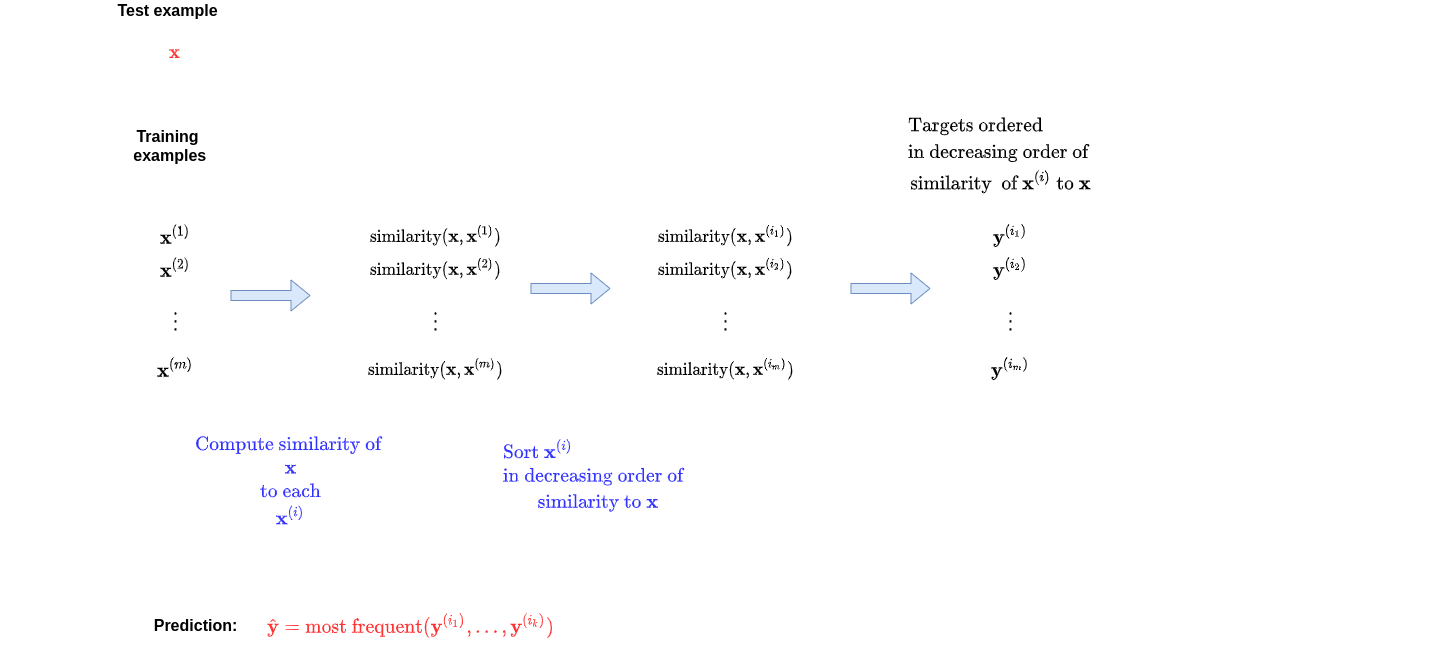
This is images/KNN_algo.png from nyutandononline/MachineLearning_and_Finance_Teacher, a draw.io export, as it was before one commit. Source tidied: cells renumbered, new cells last; positions are measured from the earlier drawing's top-left corner, leaving out a move shared by most shapes. Its diagram source:
```xml
<mxGraphModel math="1">
  <root>
    <mxCell id="0" />
    <mxCell id="1" parent="0" />
    <mxCell id="2" value="&lt;font style=&quot;font-size: 16px&quot;&gt;$$\mathbf{x}^{(1)}$$&lt;/font&gt;" style="text;html=1;align=center;verticalAlign=middle;" parent="1" vertex="1">
      <mxGeometry x="95" y="225" width="160" height="20" as="geometry" />
    </mxCell>
    <mxCell id="3" value="&lt;font style=&quot;font-size: 16px&quot;&gt;$$\mathbf{x}^{(2)}$$&lt;/font&gt;" style="text;html=1;align=center;verticalAlign=middle;" parent="1" vertex="1">
      <mxGeometry x="95" y="258" width="160" height="20" as="geometry" />
    </mxCell>
    <mxCell id="4" value="&lt;font style=&quot;font-size: 16px&quot;&gt;$$\mathbf{x}^{(m)}$$&lt;/font&gt;" style="text;html=1;align=center;verticalAlign=middle;" parent="1" vertex="1">
      <mxGeometry x="90" y="358" width="170" height="20" as="geometry" />
    </mxCell>
    <mxCell id="5" value="&lt;font style=&quot;font-size: 16px&quot;&gt;$$\vdots$$&lt;/font&gt;" style="text;html=1;align=center;verticalAlign=middle;" parent="1" vertex="1">
      <mxGeometry x="130" y="308" width="90" height="20" as="geometry" />
    </mxCell>
    <mxCell id="6" value="&lt;font style=&quot;font-size: 14px&quot;&gt;$$\text{similarity}(\mathbf{x},\mathbf{x}^{(1)})$$&lt;/font&gt;" style="text;html=1;align=center;verticalAlign=middle;" parent="1" vertex="1">
      <mxGeometry x="280" y="225" width="310" height="20" as="geometry" />
    </mxCell>
    <mxCell id="7" value="&lt;font style=&quot;font-size: 14px&quot;&gt;$$\text{similarity}(\mathbf{x},&lt;br&gt;\mathbf{x}^{(2)})$$&lt;/font&gt;" style="text;html=1;align=center;verticalAlign=middle;" parent="1" vertex="1">
      <mxGeometry x="340" y="248" width="190" height="40" as="geometry" />
    </mxCell>
    <mxCell id="8" value="&lt;font style=&quot;font-size: 14px&quot;&gt;$$\text{similarity}(\mathbf{x},&lt;br&gt;\mathbf{x}^{(m)})$$&lt;/font&gt;" style="text;html=1;align=center;verticalAlign=middle;" parent="1" vertex="1">
      <mxGeometry x="340" y="348" width="190" height="40" as="geometry" />
    </mxCell>
    <mxCell id="9" value="&lt;font style=&quot;font-size: 16px&quot;&gt;$$\vdots$$&lt;/font&gt;" style="text;html=1;align=center;verticalAlign=middle;" parent="1" vertex="1">
      <mxGeometry x="390" y="308" width="90" height="20" as="geometry" />
    </mxCell>
    <mxCell id="10" value="&lt;font style=&quot;font-size: 14px&quot;&gt;$$\text{similarity}(\mathbf{x},\mathbf{x}^{(i_1)})$$&lt;/font&gt;" style="text;html=1;align=center;verticalAlign=middle;" parent="1" vertex="1">
      <mxGeometry x="565" y="225" width="320" height="20" as="geometry" />
    </mxCell>
    <mxCell id="11" value="&lt;font style=&quot;font-size: 14px&quot;&gt;$$\text{similarity}(\mathbf{x},&lt;br&gt;\mathbf{x}^{(i_2)})$$&lt;/font&gt;" style="text;html=1;align=center;verticalAlign=middle;" parent="1" vertex="1">
      <mxGeometry x="630" y="248" width="190" height="40" as="geometry" />
    </mxCell>
    <mxCell id="12" value="&lt;font style=&quot;font-size: 14px&quot;&gt;$$\text{similarity}(\mathbf{x},&lt;br&gt;\mathbf{x}^{(i_m)})$$&lt;/font&gt;" style="text;html=1;align=center;verticalAlign=middle;" parent="1" vertex="1">
      <mxGeometry x="630" y="348" width="190" height="40" as="geometry" />
    </mxCell>
    <mxCell id="13" value="&lt;font style=&quot;font-size: 16px&quot;&gt;$$\vdots$$&lt;/font&gt;" style="text;html=1;align=center;verticalAlign=middle;" parent="1" vertex="1">
      <mxGeometry x="680" y="308" width="90" height="20" as="geometry" />
    </mxCell>
    <mxCell id="14" value="&lt;font style=&quot;font-size: 16px&quot;&gt;$$\mathbf{y}^{(i_1)}$$&lt;/font&gt;" style="text;html=1;align=center;verticalAlign=middle;" parent="1" vertex="1">
      <mxGeometry x="925" y="225" width="170" height="20" as="geometry" />
    </mxCell>
    <mxCell id="15" value="&lt;font style=&quot;font-size: 16px&quot;&gt;$$\mathbf{y}^{(i_2)}$$&lt;/font&gt;" style="text;html=1;align=center;verticalAlign=middle;" parent="1" vertex="1">
      <mxGeometry x="925" y="258" width="170" height="20" as="geometry" />
    </mxCell>
    <mxCell id="16" value="&lt;font style=&quot;font-size: 16px&quot;&gt;$$\mathbf{y}^{(i_m)}$$&lt;/font&gt;" style="text;html=1;align=center;verticalAlign=middle;" parent="1" vertex="1">
      <mxGeometry x="920" y="358" width="180" height="20" as="geometry" />
    </mxCell>
    <mxCell id="17" value="&lt;font style=&quot;font-size: 16px&quot;&gt;$$\vdots$$&lt;/font&gt;" style="text;html=1;align=center;verticalAlign=middle;" parent="1" vertex="1">
      <mxGeometry x="965" y="308" width="90" height="20" as="geometry" />
    </mxCell>
    <mxCell id="18" style="shape=flexArrow;endArrow=classic;html=1;fillColor=#dae8fc;strokeColor=#6c8ebf;" parent="1" edge="1">
      <mxGeometry relative="1" as="geometry">
        <mxPoint x="230" y="295" as="sourcePoint" />
        <mxPoint x="310" y="295" as="targetPoint" />
      </mxGeometry>
    </mxCell>
    <mxCell id="19" style="shape=flexArrow;endArrow=classic;html=1;fillColor=#dae8fc;strokeColor=#6c8ebf;" parent="1" edge="1">
      <mxGeometry relative="1" as="geometry">
        <mxPoint x="530" y="288" as="sourcePoint" />
        <mxPoint x="610" y="288" as="targetPoint" />
      </mxGeometry>
    </mxCell>
    <mxCell id="20" style="shape=flexArrow;endArrow=classic;html=1;fillColor=#dae8fc;strokeColor=#6c8ebf;" parent="1" edge="1">
      <mxGeometry relative="1" as="geometry">
        <mxPoint x="850" y="288" as="sourcePoint" />
        <mxPoint x="930" y="288" as="targetPoint" />
      </mxGeometry>
    </mxCell>
    <mxCell id="21" value="&lt;font style=&quot;font-size: 16px&quot;&gt;&lt;b&gt;Training&lt;br&gt;&amp;nbsp;examples&lt;/b&gt;&lt;/font&gt;" style="text;html=1;align=center;verticalAlign=middle;" parent="1" vertex="1">
      <mxGeometry x="122" y="125" width="90" height="40" as="geometry" />
    </mxCell>
    <mxCell id="22" value="&lt;font style=&quot;font-size: 16px&quot; color=&quot;#3333ff&quot;&gt;$$\text{Compute similarity of }&amp;nbsp; \\ \mathbf{x} \\ \text{ to each } \\ \mathbf{x}^{(i)}$$&lt;/font&gt;" style="text;html=1;align=center;verticalAlign=middle;" parent="1" vertex="1">
      <mxGeometry y="470" width="580" height="20" as="geometry" />
    </mxCell>
    <mxCell id="23" value="&lt;font style=&quot;font-size: 16px&quot; color=&quot;#3333ff&quot;&gt;$$\text{Sort } \mathbf{x}^{(i)} \\ \text{in decreasing order of } \\ \text{ similarity to } \mathbf{x}$$&lt;/font&gt;" style="text;html=1;align=center;verticalAlign=middle;" parent="1" vertex="1">
      <mxGeometry x="255" y="465" width="680" height="20" as="geometry" />
    </mxCell>
    <mxCell id="24" value="&lt;font style=&quot;font-size: 16px&quot;&gt;&lt;b&gt;Test example&lt;/b&gt;&lt;/font&gt;" style="text;html=1;align=center;verticalAlign=middle;" parent="1" vertex="1">
      <mxGeometry x="107" width="120" height="20" as="geometry" />
    </mxCell>
    <mxCell id="25" value="&lt;font style=&quot;font-size: 16px&quot; color=&quot;#ff3333&quot;&gt;$$\mathbf{x}$$&lt;/font&gt;" style="text;html=1;align=center;verticalAlign=middle;" parent="1" vertex="1">
      <mxGeometry x="114" y="42" width="120" height="20" as="geometry" />
    </mxCell>
    <mxCell id="26" value="&lt;font style=&quot;font-size: 16px&quot;&gt;&lt;b&gt;$$\text{Targets ordered } \\ \text{in decreasing order of } \\ \text{similarity&amp;nbsp; of }\mathbf{x}^{(i)} \text{ to } \mathbf{x}$$&lt;/b&gt;&lt;/font&gt;" style="text;html=1;align=center;verticalAlign=middle;" parent="1" vertex="1">
      <mxGeometry x="555" y="145" width="890" height="20" as="geometry" />
    </mxCell>
    <mxCell id="27" value="&lt;font style=&quot;font-size: 16px&quot;&gt;&lt;b&gt;Prediction:&lt;/b&gt;&lt;/font&gt;" style="text;html=1;align=center;verticalAlign=middle;" parent="1" vertex="1">
      <mxGeometry x="145" y="615" width="100" height="20" as="geometry" />
    </mxCell>
    <mxCell id="28" value="&lt;font style=&quot;font-size: 16px&quot; color=&quot;#ff3333&quot;&gt;&lt;b&gt;$$\hat{\mathbf{y}} = \text{most frequent}( \mathbf{y}^{(i_1)}, \ldots, \mathbf{y}^{(i_k)})$$&lt;/b&gt;&lt;/font&gt;" style="text;html=1;align=center;verticalAlign=middle;" parent="1" vertex="1">
      <mxGeometry x="70" y="615" width="680" height="20" as="geometry" />
    </mxCell>
  </root>
</mxGraphModel>
```
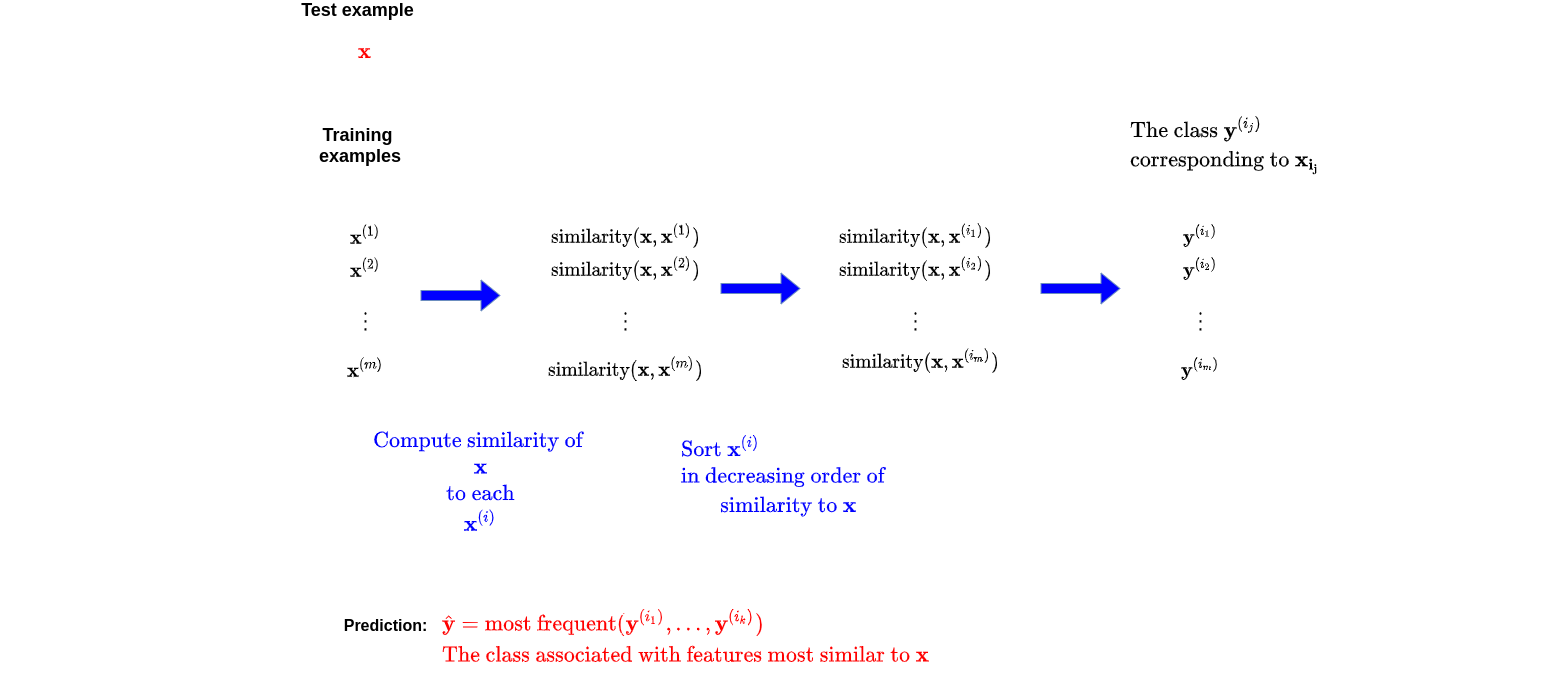
Above is the later version.

What changed in the source:
```diff
@@ -14,26 +14,26 @@
     <mxCell id="5" value="&lt;font style=&quot;font-size: 16px&quot;&gt;$$\vdots$$&lt;/font&gt;" style="text;html=1;align=center;verticalAlign=middle;" parent="1" vertex="1">
       <mxGeometry x="130" y="308" width="90" height="20" as="geometry" />
     </mxCell>
-    <mxCell id="6" value="&lt;font style=&quot;font-size: 14px&quot;&gt;$$\text{similarity}(\mathbf{x},\mathbf{x}^{(1)})$$&lt;/font&gt;" style="text;html=1;align=center;verticalAlign=middle;" parent="1" vertex="1">
-      <mxGeometry x="280" y="225" width="310" height="20" as="geometry" />
+    <mxCell id="6" value="&lt;font style=&quot;font-size: 16px&quot;&gt;$$\text{similarity}(\mathbf{x},\mathbf{x}^{(1)})$$&lt;/font&gt;" style="text;html=1;align=center;verticalAlign=middle;" parent="1" vertex="1">
+      <mxGeometry x="260" y="225" width="350" height="20" as="geometry" />
     </mxCell>
-    <mxCell id="7" value="&lt;font style=&quot;font-size: 14px&quot;&gt;$$\text{similarity}(\mathbf{x},&lt;br&gt;\mathbf{x}^{(2)})$$&lt;/font&gt;" style="text;html=1;align=center;verticalAlign=middle;" parent="1" vertex="1">
-      <mxGeometry x="340" y="248" width="190" height="40" as="geometry" />
+    <mxCell id="7" value="&lt;font style=&quot;font-size: 16px&quot;&gt;$$\text{similarity}(\mathbf{x},&lt;br&gt;\mathbf{x}^{(2)})$$&lt;/font&gt;" style="text;html=1;align=center;verticalAlign=middle;" parent="1" vertex="1">
+      <mxGeometry x="325" y="248" width="220" height="40" as="geometry" />
     </mxCell>
-    <mxCell id="8" value="&lt;font style=&quot;font-size: 14px&quot;&gt;$$\text{similarity}(\mathbf{x},&lt;br&gt;\mathbf{x}^{(m)})$$&lt;/font&gt;" style="text;html=1;align=center;verticalAlign=middle;" parent="1" vertex="1">
-      <mxGeometry x="340" y="348" width="190" height="40" as="geometry" />
+    <mxCell id="8" value="&lt;font style=&quot;font-size: 16px&quot;&gt;$$\text{similarity}(\mathbf{x},&lt;br&gt;\mathbf{x}^{(m)})$$&lt;/font&gt;" style="text;html=1;align=center;verticalAlign=middle;" parent="1" vertex="1">
+      <mxGeometry x="325" y="348" width="220" height="40" as="geometry" />
     </mxCell>
     <mxCell id="9" value="&lt;font style=&quot;font-size: 16px&quot;&gt;$$\vdots$$&lt;/font&gt;" style="text;html=1;align=center;verticalAlign=middle;" parent="1" vertex="1">
       <mxGeometry x="390" y="308" width="90" height="20" as="geometry" />
     </mxCell>
-    <mxCell id="10" value="&lt;font style=&quot;font-size: 14px&quot;&gt;$$\text{similarity}(\mathbf{x},\mathbf{x}^{(i_1)})$$&lt;/font&gt;" style="text;html=1;align=center;verticalAlign=middle;" parent="1" vertex="1">
-      <mxGeometry x="565" y="225" width="320" height="20" as="geometry" />
+    <mxCell id="10" value="&lt;font style=&quot;font-size: 16px&quot;&gt;$$\text{similarity}(\mathbf{x},\mathbf{x}^{(i_1)})$$&lt;/font&gt;" style="text;html=1;align=center;verticalAlign=middle;" parent="1" vertex="1">
+      <mxGeometry x="545" y="225" width="360" height="20" as="geometry" />
     </mxCell>
-    <mxCell id="11" value="&lt;font style=&quot;font-size: 14px&quot;&gt;$$\text{similarity}(\mathbf{x},&lt;br&gt;\mathbf{x}^{(i_2)})$$&lt;/font&gt;" style="text;html=1;align=center;verticalAlign=middle;" parent="1" vertex="1">
-      <mxGeometry x="630" y="248" width="190" height="40" as="geometry" />
+    <mxCell id="11" value="&lt;font style=&quot;font-size: 16px&quot;&gt;$$\text{similarity}(\mathbf{x},&lt;br&gt;\mathbf{x}^{(i_2)})$$&lt;/font&gt;" style="text;html=1;align=center;verticalAlign=middle;" parent="1" vertex="1">
+      <mxGeometry x="615" y="248" width="220" height="40" as="geometry" />
     </mxCell>
-    <mxCell id="12" value="&lt;font style=&quot;font-size: 14px&quot;&gt;$$\text{similarity}(\mathbf{x},&lt;br&gt;\mathbf{x}^{(i_m)})$$&lt;/font&gt;" style="text;html=1;align=center;verticalAlign=middle;" parent="1" vertex="1">
-      <mxGeometry x="630" y="348" width="190" height="40" as="geometry" />
+    <mxCell id="12" value="&lt;font style=&quot;font-size: 16px&quot;&gt;$$\text{similarity}(\mathbf{x},&lt;br&gt;\mathbf{x}^{(i_m)})$$&lt;/font&gt;" style="text;html=1;align=center;verticalAlign=middle;" parent="1" vertex="1">
+      <mxGeometry x="620" y="340" width="220" height="40" as="geometry" />
     </mxCell>
     <mxCell id="13" value="&lt;font style=&quot;font-size: 16px&quot;&gt;$$\vdots$$&lt;/font&gt;" style="text;html=1;align=center;verticalAlign=middle;" parent="1" vertex="1">
       <mxGeometry x="680" y="308" width="90" height="20" as="geometry" />
@@ -50,47 +50,47 @@
     <mxCell id="17" value="&lt;font style=&quot;font-size: 16px&quot;&gt;$$\vdots$$&lt;/font&gt;" style="text;html=1;align=center;verticalAlign=middle;" parent="1" vertex="1">
       <mxGeometry x="965" y="308" width="90" height="20" as="geometry" />
     </mxCell>
-    <mxCell id="18" style="shape=flexArrow;endArrow=classic;html=1;fillColor=#dae8fc;strokeColor=#6c8ebf;" parent="1" edge="1">
+    <mxCell id="18" style="shape=flexArrow;endArrow=classic;html=1;fillColor=#0000FF;strokeColor=#6c8ebf;" parent="1" edge="1">
       <mxGeometry relative="1" as="geometry">
         <mxPoint x="230" y="295" as="sourcePoint" />
         <mxPoint x="310" y="295" as="targetPoint" />
       </mxGeometry>
     </mxCell>
-    <mxCell id="19" style="shape=flexArrow;endArrow=classic;html=1;fillColor=#dae8fc;strokeColor=#6c8ebf;" parent="1" edge="1">
+    <mxCell id="19" style="shape=flexArrow;endArrow=classic;html=1;fillColor=#0000FF;strokeColor=#6c8ebf;" parent="1" edge="1">
       <mxGeometry relative="1" as="geometry">
         <mxPoint x="530" y="288" as="sourcePoint" />
         <mxPoint x="610" y="288" as="targetPoint" />
       </mxGeometry>
     </mxCell>
-    <mxCell id="20" style="shape=flexArrow;endArrow=classic;html=1;fillColor=#dae8fc;strokeColor=#6c8ebf;" parent="1" edge="1">
+    <mxCell id="20" style="shape=flexArrow;endArrow=classic;html=1;fillColor=#0000ff;strokeColor=#6c8ebf;" parent="1" edge="1">
       <mxGeometry relative="1" as="geometry">
         <mxPoint x="850" y="288" as="sourcePoint" />
         <mxPoint x="930" y="288" as="targetPoint" />
       </mxGeometry>
     </mxCell>
-    <mxCell id="21" value="&lt;font style=&quot;font-size: 16px&quot;&gt;&lt;b&gt;Training&lt;br&gt;&amp;nbsp;examples&lt;/b&gt;&lt;/font&gt;" style="text;html=1;align=center;verticalAlign=middle;" parent="1" vertex="1">
-      <mxGeometry x="122" y="125" width="90" height="40" as="geometry" />
+    <mxCell id="21" value="&lt;font style=&quot;font-size: 18px&quot;&gt;&lt;b&gt;Training&lt;br&gt;&amp;nbsp;examples&lt;/b&gt;&lt;/font&gt;" style="text;html=1;align=center;verticalAlign=middle;" parent="1" vertex="1">
+      <mxGeometry x="117" y="125" width="100" height="40" as="geometry" />
     </mxCell>
-    <mxCell id="22" value="&lt;font style=&quot;font-size: 16px&quot; color=&quot;#3333ff&quot;&gt;$$\text{Compute similarity of }&amp;nbsp; \\ \mathbf{x} \\ \text{ to each } \\ \mathbf{x}^{(i)}$$&lt;/font&gt;" style="text;html=1;align=center;verticalAlign=middle;" parent="1" vertex="1">
-      <mxGeometry y="470" width="580" height="20" as="geometry" />
+    <mxCell id="22" value="&lt;font style=&quot;font-size: 18px&quot; color=&quot;#0000ff&quot;&gt;$$\text{Compute similarity of }&amp;nbsp; \\ \mathbf{x} \\ \text{ to each } \\ \mathbf{x}^{(i)}$$&lt;/font&gt;" style="text;html=1;align=center;verticalAlign=middle;" parent="1" vertex="1">
+      <mxGeometry x="-35" y="470" width="650" height="20" as="geometry" />
     </mxCell>
-    <mxCell id="23" value="&lt;font style=&quot;font-size: 16px&quot; color=&quot;#3333ff&quot;&gt;$$\text{Sort } \mathbf{x}^{(i)} \\ \text{in decreasing order of } \\ \text{ similarity to } \mathbf{x}$$&lt;/font&gt;" style="text;html=1;align=center;verticalAlign=middle;" parent="1" vertex="1">
-      <mxGeometry x="255" y="465" width="680" height="20" as="geometry" />
+    <mxCell id="23" value="&lt;font style=&quot;font-size: 18px&quot; color=&quot;#0000ff&quot;&gt;$$\text{Sort } \mathbf{x}^{(i)} \\ \text{in decreasing order of } \\ \text{ similarity to } \mathbf{x}$$&lt;/font&gt;" style="text;html=1;align=center;verticalAlign=middle;" parent="1" vertex="1">
+      <mxGeometry x="215" y="465" width="760" height="20" as="geometry" />
     </mxCell>
-    <mxCell id="24" value="&lt;font style=&quot;font-size: 16px&quot;&gt;&lt;b&gt;Test example&lt;/b&gt;&lt;/font&gt;" style="text;html=1;align=center;verticalAlign=middle;" parent="1" vertex="1">
-      <mxGeometry x="107" width="120" height="20" as="geometry" />
+    <mxCell id="24" value="&lt;font size=&quot;1&quot;&gt;&lt;b style=&quot;font-size: 18px&quot;&gt;Test example&lt;/b&gt;&lt;/font&gt;" style="text;html=1;align=center;verticalAlign=middle;" parent="1" vertex="1">
+      <mxGeometry x="102" width="130" height="20" as="geometry" />
     </mxCell>
-    <mxCell id="25" value="&lt;font style=&quot;font-size: 16px&quot; color=&quot;#ff3333&quot;&gt;$$\mathbf{x}$$&lt;/font&gt;" style="text;html=1;align=center;verticalAlign=middle;" parent="1" vertex="1">
-      <mxGeometry x="114" y="42" width="120" height="20" as="geometry" />
+    <mxCell id="25" value="&lt;font style=&quot;font-size: 18px&quot; color=&quot;#ff0000&quot;&gt;$$\mathbf{x}$$&lt;/font&gt;" style="text;html=1;align=center;verticalAlign=middle;" parent="1" vertex="1">
+      <mxGeometry x="104" y="42" width="140" height="20" as="geometry" />
     </mxCell>
-    <mxCell id="26" value="&lt;font style=&quot;font-size: 16px&quot;&gt;&lt;b&gt;$$\text{Targets ordered } \\ \text{in decreasing order of } \\ \text{similarity&amp;nbsp; of }\mathbf{x}^{(i)} \text{ to } \mathbf{x}$$&lt;/b&gt;&lt;/font&gt;" style="text;html=1;align=center;verticalAlign=middle;" parent="1" vertex="1">
-      <mxGeometry x="555" y="145" width="890" height="20" as="geometry" />
-    </mxCell>
     <mxCell id="27" value="&lt;font style=&quot;font-size: 16px&quot;&gt;&lt;b&gt;Prediction:&lt;/b&gt;&lt;/font&gt;" style="text;html=1;align=center;verticalAlign=middle;" parent="1" vertex="1">
       <mxGeometry x="145" y="615" width="100" height="20" as="geometry" />
     </mxCell>
-    <mxCell id="28" value="&lt;font style=&quot;font-size: 16px&quot; color=&quot;#ff3333&quot;&gt;&lt;b&gt;$$\hat{\mathbf{y}} = \text{most frequent}( \mathbf{y}^{(i_1)}, \ldots, \mathbf{y}^{(i_k)})$$&lt;/b&gt;&lt;/font&gt;" style="text;html=1;align=center;verticalAlign=middle;" parent="1" vertex="1">
-      <mxGeometry x="70" y="615" width="680" height="20" as="geometry" />
+    <mxCell id="28" value="&lt;font size=&quot;1&quot; color=&quot;#ff0000&quot;&gt;&lt;b style=&quot;font-size: 18px&quot;&gt;$$\hat{\mathbf{y}} = \text{most frequent}( \mathbf{y}^{(i_1)}, \ldots, \mathbf{y}^{(i_k)}) \\ \text{The class associated with features most similar to } \mathbf{x}$$&lt;/b&gt;&lt;/font&gt;" style="text;html=1;align=center;verticalAlign=middle;" parent="1" vertex="1">
+      <mxGeometry x="-190" y="625" width="1370" height="20" as="geometry" />
     </mxCell>
+    <mxCell id="29" value="&lt;font style=&quot;font-size: 18px&quot;&gt;$$\text{The class } \mathbf{y}^{(i_j)} \\ \text{corresponding to } \mathbf{x_{i_j}}$$&lt;/font&gt;" style="text;html=1;align=center;verticalAlign=middle;" parent="1" vertex="1">
+      <mxGeometry x="710" y="135" width="650" height="20" as="geometry" />
+    </mxCell>
   </root>
 </mxGraphModel>
```
